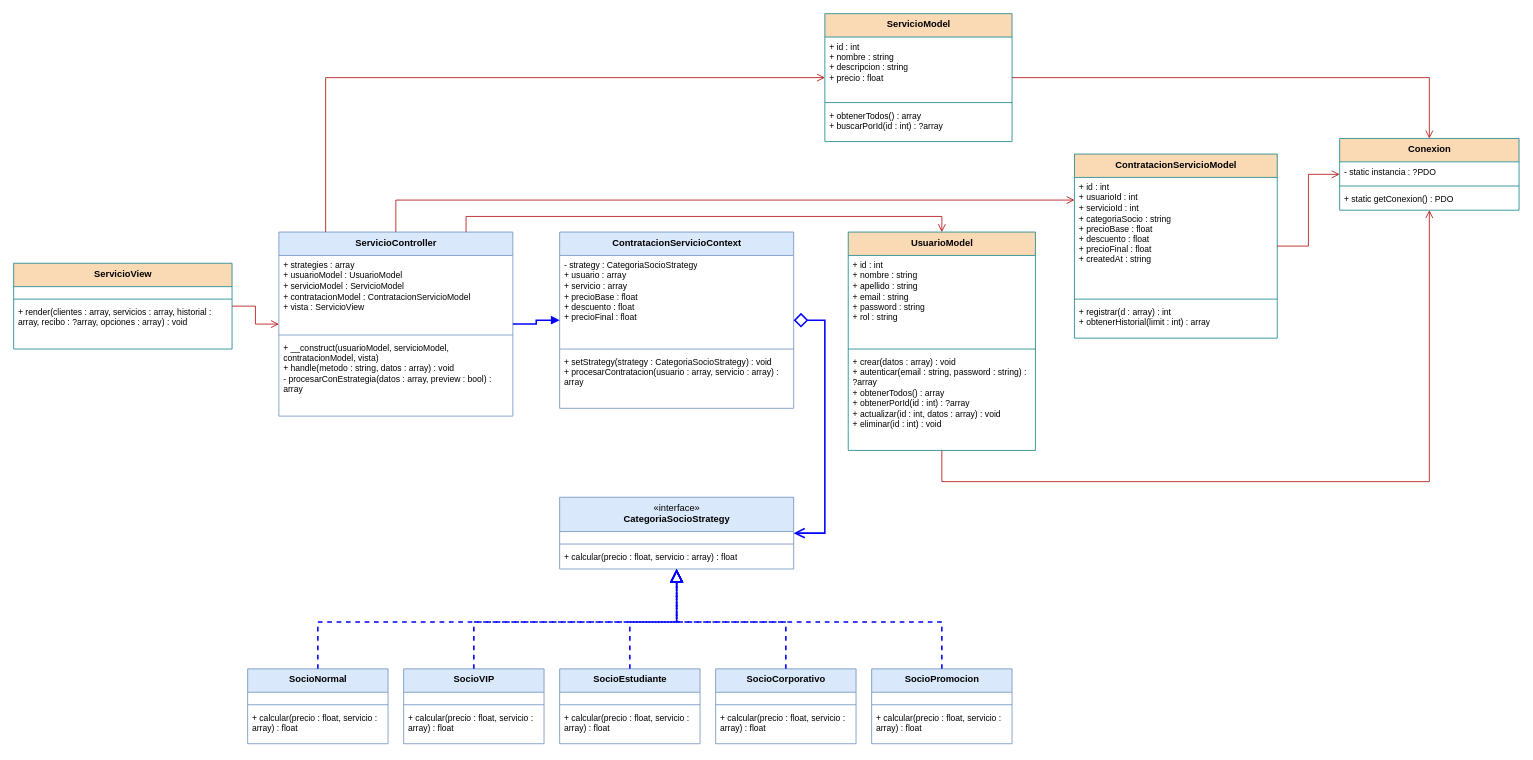
Earlier version of the draw.io diagram diagramas/strategy.drawio (larzekao9/gym_mvc2). Source tidied: cells renumbered, new cells numbered last; positions are measured from the earlier drawing's top-left corner, leaving out a move shared by most shapes. Both pictures are drawn from the tidied source at 78%, with x=0, y=0 at pixel (13, 13).
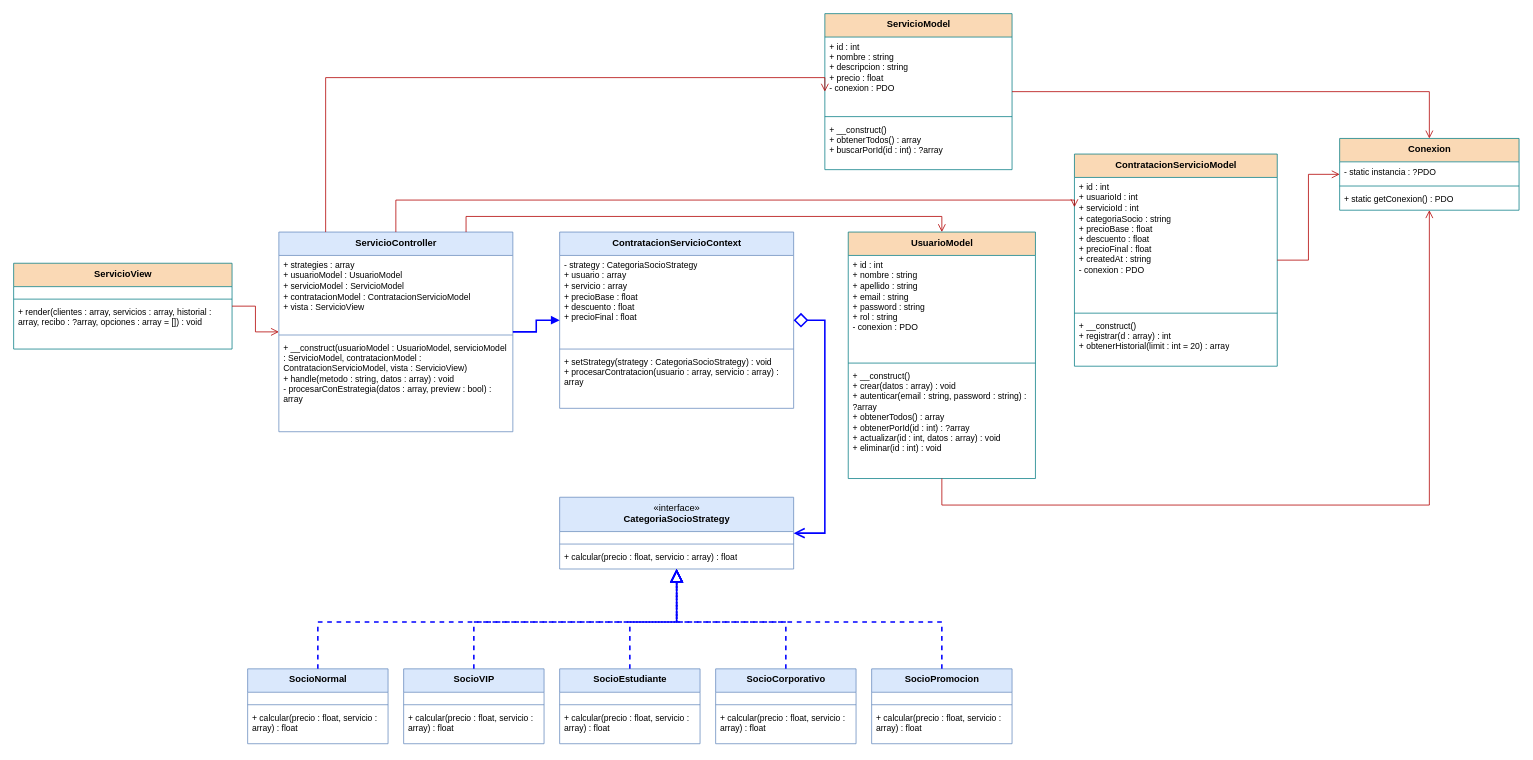
Above is the later version.

Commit message (it also covers changes not shown here):
Bono por permanencia en el Template Method y diagramas para Enterprise Architect

Unchanged cells that the change refers to:
```xml
<mxCell id="2" value="ServicioView" style="swimlane;fontStyle=1;align=center;verticalAlign=top;horizontal=1;startSize=30;html=1;fillColor=#FAD9B5;swimlaneFillColor=#FFFFFF;strokeColor=#0E8088;fontSize=12;" parent="1" vertex="1">
  <mxGeometry y="320" width="280" height="110" as="geometry" />
</mxCell>
<mxCell id="50" value="Conexion" style="swimlane;fontStyle=1;align=center;verticalAlign=top;horizontal=1;startSize=30;html=1;fillColor=#FAD9B5;swimlaneFillColor=#FFFFFF;strokeColor=#0E8088;fontSize=12;" parent="1" vertex="1">
  <mxGeometry x="1700" y="160" width="230" height="92" as="geometry" />
</mxCell>
```

The edit, as a diff of the source:
```diff
@@
-    <mxCell id="5" value="+ render(clientes : array, servicios : array, historial : array, recibo : ?array, opciones : array) : void" style="text;strokeColor=none;fillColor=none;align=left;verticalAlign=top;spacingLeft=4;spacingRight=4;overflow=hidden;whiteSpace=wrap;html=1;fontSize=11;" parent="2" vertex="1">
+    <mxCell id="5" value="+ render(clientes : array, servicios : array, historial : array, recibo : ?array, opciones : array = []) : void" style="text;strokeColor=none;fillColor=none;align=left;verticalAlign=top;spacingLeft=4;spacingRight=4;overflow=hidden;whiteSpace=wrap;html=1;fontSize=11;" parent="2" vertex="1">
       <mxGeometry y="50" width="280" height="60" as="geometry" />
     </mxCell>
     <mxCell id="6" value="ServicioController" style="swimlane;fontStyle=1;align=center;verticalAlign=top;horizontal=1;startSize=30;html=1;fillColor=#DAE8FC;swimlaneFillColor=#FFFFFF;strokeColor=#6C8EBF;fontSize=12;" parent="1" vertex="1">
-      <mxGeometry x="340" y="280" width="300" height="236" as="geometry" />
+      <mxGeometry x="340" y="280" width="300" height="256" as="geometry" />
     </mxCell>
@@
-    <mxCell id="9" value="+ __construct(usuarioModel, servicioModel, contratacionModel, vista)&lt;br&gt;+ handle(metodo : string, datos : array) : void&lt;br&gt;- procesarConEstrategia(datos : array, preview : bool) : array" style="text;strokeColor=none;fillColor=none;align=left;verticalAlign=top;spacingLeft=4;spacingRight=4;overflow=hidden;whiteSpace=wrap;html=1;fontSize=11;" parent="6" vertex="1">
-      <mxGeometry y="136" width="300" height="100" as="geometry" />
+    <mxCell id="9" value="+ __construct(usuarioModel : UsuarioModel, servicioModel : ServicioModel, contratacionModel : ContratacionServicioModel, vista : ServicioView)&lt;br&gt;+ handle(metodo : string, datos : array) : void&lt;br&gt;- procesarConEstrategia(datos : array, preview : bool) : array" style="text;strokeColor=none;fillColor=none;align=left;verticalAlign=top;spacingLeft=4;spacingRight=4;overflow=hidden;whiteSpace=wrap;html=1;fontSize=11;" parent="6" vertex="1">
+      <mxGeometry y="136" width="300" height="120" as="geometry" />
     </mxCell>
@@
     <mxCell id="38" value="ServicioModel" style="swimlane;fontStyle=1;align=center;verticalAlign=top;horizontal=1;startSize=30;html=1;fillColor=#FAD9B5;swimlaneFillColor=#FFFFFF;strokeColor=#0E8088;fontSize=12;" parent="1" vertex="1">
-      <mxGeometry x="1040" width="240" height="164" as="geometry" />
+      <mxGeometry x="1040" width="240" height="200" as="geometry" />
     </mxCell>
-    <mxCell id="39" value="+ id : int&lt;br&gt;+ nombre : string&lt;br&gt;+ descripcion : string&lt;br&gt;+ precio : float" style="text;strokeColor=none;fillColor=none;align=left;verticalAlign=top;spacingLeft=4;spacingRight=4;overflow=hidden;whiteSpace=wrap;html=1;fontSize=11;" parent="38" vertex="1">
-      <mxGeometry y="30" width="240" height="80" as="geometry" />
+    <mxCell id="39" value="+ id : int&lt;br&gt;+ nombre : string&lt;br&gt;+ descripcion : string&lt;br&gt;+ precio : float&lt;br&gt;- conexion : PDO" style="text;strokeColor=none;fillColor=none;align=left;verticalAlign=top;spacingLeft=4;spacingRight=4;overflow=hidden;whiteSpace=wrap;html=1;fontSize=11;" parent="38" vertex="1">
+      <mxGeometry y="30" width="240" height="98" as="geometry" />
     </mxCell>
     <mxCell id="40" style="line;strokeWidth=1;fillColor=none;align=left;verticalAlign=middle;spacingTop=-1;spacingLeft=3;spacingRight=3;labelPosition=right;strokeColor=inherit;" parent="38" vertex="1">
-      <mxGeometry y="110" width="240" height="8" as="geometry" />
+      <mxGeometry y="128" width="240" height="8" as="geometry" />
     </mxCell>
-    <mxCell id="41" value="+ obtenerTodos() : array&lt;br&gt;+ buscarPorId(id : int) : ?array" style="text;strokeColor=none;fillColor=none;align=left;verticalAlign=top;spacingLeft=4;spacingRight=4;overflow=hidden;whiteSpace=wrap;html=1;fontSize=11;" parent="38" vertex="1">
-      <mxGeometry y="118" width="240" height="46" as="geometry" />
+    <mxCell id="41" value="+ __construct()&lt;br&gt;+ obtenerTodos() : array&lt;br&gt;+ buscarPorId(id : int) : ?array" style="text;strokeColor=none;fillColor=none;align=left;verticalAlign=top;spacingLeft=4;spacingRight=4;overflow=hidden;whiteSpace=wrap;html=1;fontSize=11;" parent="38" vertex="1">
+      <mxGeometry y="136" width="240" height="64" as="geometry" />
     </mxCell>
     <mxCell id="42" value="ContratacionServicioModel" style="swimlane;fontStyle=1;align=center;verticalAlign=top;horizontal=1;startSize=30;html=1;fillColor=#FAD9B5;swimlaneFillColor=#FFFFFF;strokeColor=#0E8088;fontSize=12;" parent="1" vertex="1">
-      <mxGeometry x="1360" y="180" width="260" height="236" as="geometry" />
+      <mxGeometry x="1360" y="180" width="260" height="272" as="geometry" />
     </mxCell>
-    <mxCell id="43" value="+ id : int&lt;br&gt;+ usuarioId : int&lt;br&gt;+ servicioId : int&lt;br&gt;+ categoriaSocio : string&lt;br&gt;+ precioBase : float&lt;br&gt;+ descuento : float&lt;br&gt;+ precioFinal : float&lt;br&gt;+ createdAt : string" style="text;strokeColor=none;fillColor=none;align=left;verticalAlign=top;spacingLeft=4;spacingRight=4;overflow=hidden;whiteSpace=wrap;html=1;fontSize=11;" parent="42" vertex="1">
-      <mxGeometry y="30" width="260" height="152" as="geometry" />
+    <mxCell id="43" value="+ id : int&lt;br&gt;+ usuarioId : int&lt;br&gt;+ servicioId : int&lt;br&gt;+ categoriaSocio : string&lt;br&gt;+ precioBase : float&lt;br&gt;+ descuento : float&lt;br&gt;+ precioFinal : float&lt;br&gt;+ createdAt : string&lt;br&gt;- conexion : PDO" style="text;strokeColor=none;fillColor=none;align=left;verticalAlign=top;spacingLeft=4;spacingRight=4;overflow=hidden;whiteSpace=wrap;html=1;fontSize=11;" parent="42" vertex="1">
+      <mxGeometry y="30" width="260" height="170" as="geometry" />
     </mxCell>
     <mxCell id="44" style="line;strokeWidth=1;fillColor=none;align=left;verticalAlign=middle;spacingTop=-1;spacingLeft=3;spacingRight=3;labelPosition=right;strokeColor=inherit;" parent="42" vertex="1">
-      <mxGeometry y="182" width="260" height="8" as="geometry" />
+      <mxGeometry y="200" width="260" height="8" as="geometry" />
     </mxCell>
-    <mxCell id="45" value="+ registrar(d : array) : int&lt;br&gt;+ obtenerHistorial(limit : int) : array" style="text;strokeColor=none;fillColor=none;align=left;verticalAlign=top;spacingLeft=4;spacingRight=4;overflow=hidden;whiteSpace=wrap;html=1;fontSize=11;" parent="42" vertex="1">
-      <mxGeometry y="190" width="260" height="46" as="geometry" />
+    <mxCell id="45" value="+ __construct()&lt;br&gt;+ registrar(d : array) : int&lt;br&gt;+ obtenerHistorial(limit : int = 20) : array" style="text;strokeColor=none;fillColor=none;align=left;verticalAlign=top;spacingLeft=4;spacingRight=4;overflow=hidden;whiteSpace=wrap;html=1;fontSize=11;" parent="42" vertex="1">
+      <mxGeometry y="208" width="260" height="64" as="geometry" />
     </mxCell>
     <mxCell id="46" value="UsuarioModel" style="swimlane;fontStyle=1;align=center;verticalAlign=top;horizontal=1;startSize=30;html=1;fillColor=#FAD9B5;swimlaneFillColor=#FFFFFF;strokeColor=#0E8088;fontSize=12;" parent="1" vertex="1">
-      <mxGeometry x="1070" y="280" width="240" height="280" as="geometry" />
+      <mxGeometry x="1070" y="280" width="240" height="316" as="geometry" />
     </mxCell>
-    <mxCell id="47" value="+ id : int&lt;br&gt;+ nombre : string&lt;br&gt;+ apellido : string&lt;br&gt;+ email : string&lt;br&gt;+ password : string&lt;br&gt;+ rol : string" style="text;strokeColor=none;fillColor=none;align=left;verticalAlign=top;spacingLeft=4;spacingRight=4;overflow=hidden;whiteSpace=wrap;html=1;fontSize=11;" parent="46" vertex="1">
-      <mxGeometry y="30" width="240" height="116" as="geometry" />
+    <mxCell id="47" value="+ id : int&lt;br&gt;+ nombre : string&lt;br&gt;+ apellido : string&lt;br&gt;+ email : string&lt;br&gt;+ password : string&lt;br&gt;+ rol : string&lt;br&gt;- conexion : PDO" style="text;strokeColor=none;fillColor=none;align=left;verticalAlign=top;spacingLeft=4;spacingRight=4;overflow=hidden;whiteSpace=wrap;html=1;fontSize=11;" parent="46" vertex="1">
+      <mxGeometry y="30" width="240" height="134" as="geometry" />
     </mxCell>
     <mxCell id="48" style="line;strokeWidth=1;fillColor=none;align=left;verticalAlign=middle;spacingTop=-1;spacingLeft=3;spacingRight=3;labelPosition=right;strokeColor=inherit;" parent="46" vertex="1">
-      <mxGeometry y="146" width="240" height="8" as="geometry" />
+      <mxGeometry y="164" width="240" height="8" as="geometry" />
     </mxCell>
-    <mxCell id="49" value="+ crear(datos : array) : void&lt;br&gt;+ autenticar(email : string, password : string) : ?array&lt;br&gt;+ obtenerTodos() : array&lt;br&gt;+ obtenerPorId(id : int) : ?array&lt;br&gt;+ actualizar(id : int, datos : array) : void&lt;br&gt;+ eliminar(id : int) : void" style="text;strokeColor=none;fillColor=none;align=left;verticalAlign=top;spacingLeft=4;spacingRight=4;overflow=hidden;whiteSpace=wrap;html=1;fontSize=11;" parent="46" vertex="1">
-      <mxGeometry y="154" width="240" height="126" as="geometry" />
+    <mxCell id="49" value="+ __construct()&lt;br&gt;+ crear(datos : array) : void&lt;br&gt;+ autenticar(email : string, password : string) : ?array&lt;br&gt;+ obtenerTodos() : array&lt;br&gt;+ obtenerPorId(id : int) : ?array&lt;br&gt;+ actualizar(id : int, datos : array) : void&lt;br&gt;+ eliminar(id : int) : void" style="text;strokeColor=none;fillColor=none;align=left;verticalAlign=top;spacingLeft=4;spacingRight=4;overflow=hidden;whiteSpace=wrap;html=1;fontSize=11;" parent="46" vertex="1">
+      <mxGeometry y="172" width="240" height="144" as="geometry" />
     </mxCell>
@@
     <mxCell id="67" style="edgeStyle=orthogonalEdgeStyle;rounded=0;html=1;strokeColor=#B20000;endArrow=open;endSize=8;exitX=0.5;exitY=1;entryX=0.5;entryY=1;" parent="1" edge="1" source="46" target="50">
       <mxGeometry relative="1" as="geometry">
         <Array as="points">
-          <mxPoint x="1190" y="600" />
-          <mxPoint x="1815" y="600" />
+          <mxPoint x="1190" y="630" />
+          <mxPoint x="1815" y="630" />
         </Array>
       </mxGeometry>
     </mxCell>
```
